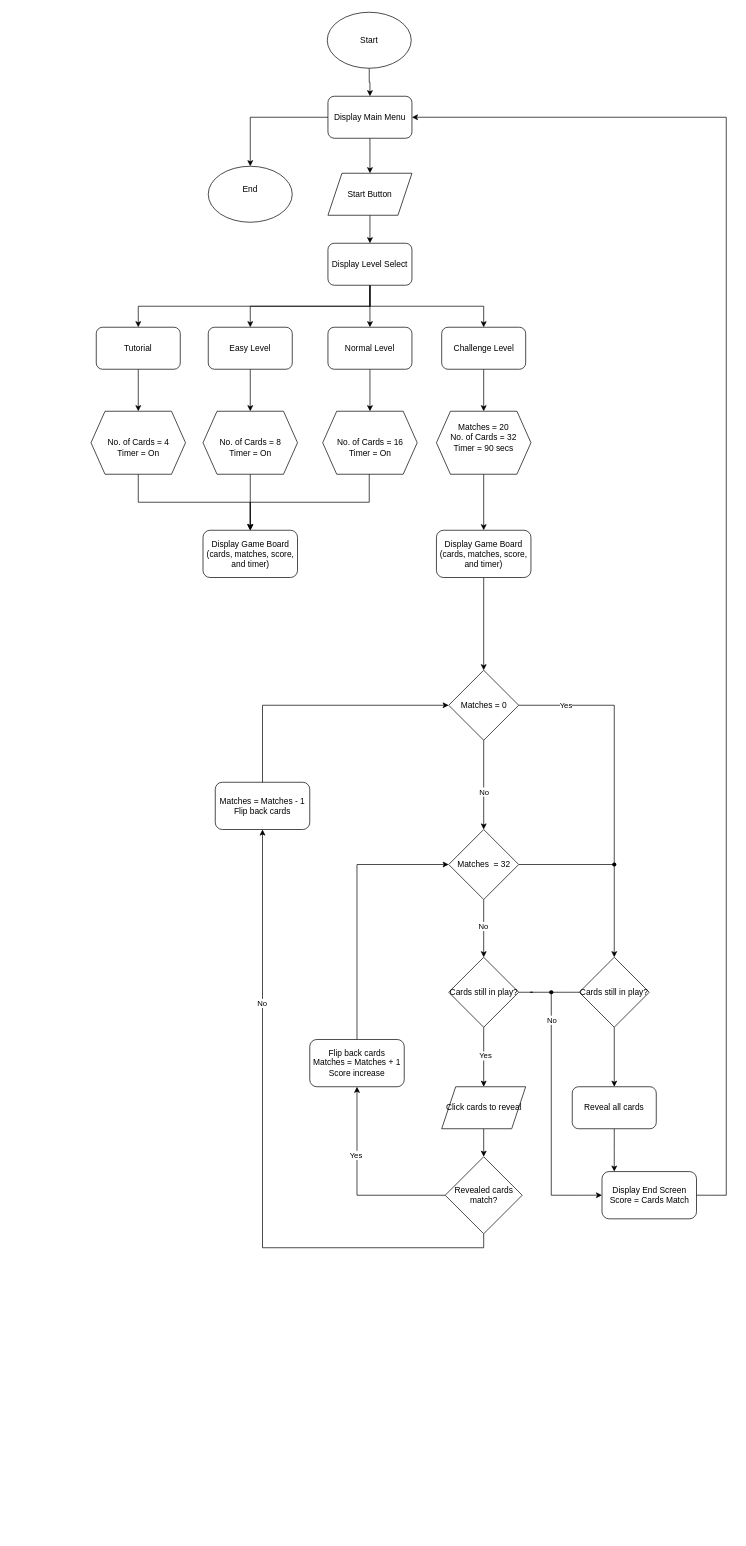
The draw.io diagram Website Flowchart.drawio in Hmmnnmmnn/Memory-Vortex, before the edit. Source tidied: cells renumbered, new cells numbered last; positions are measured from the earlier drawing's top-left corner, leaving out a move shared by most shapes. Both pictures are drawn from the tidied source at 70%, with x=0, y=0 at pixel (90, 12).
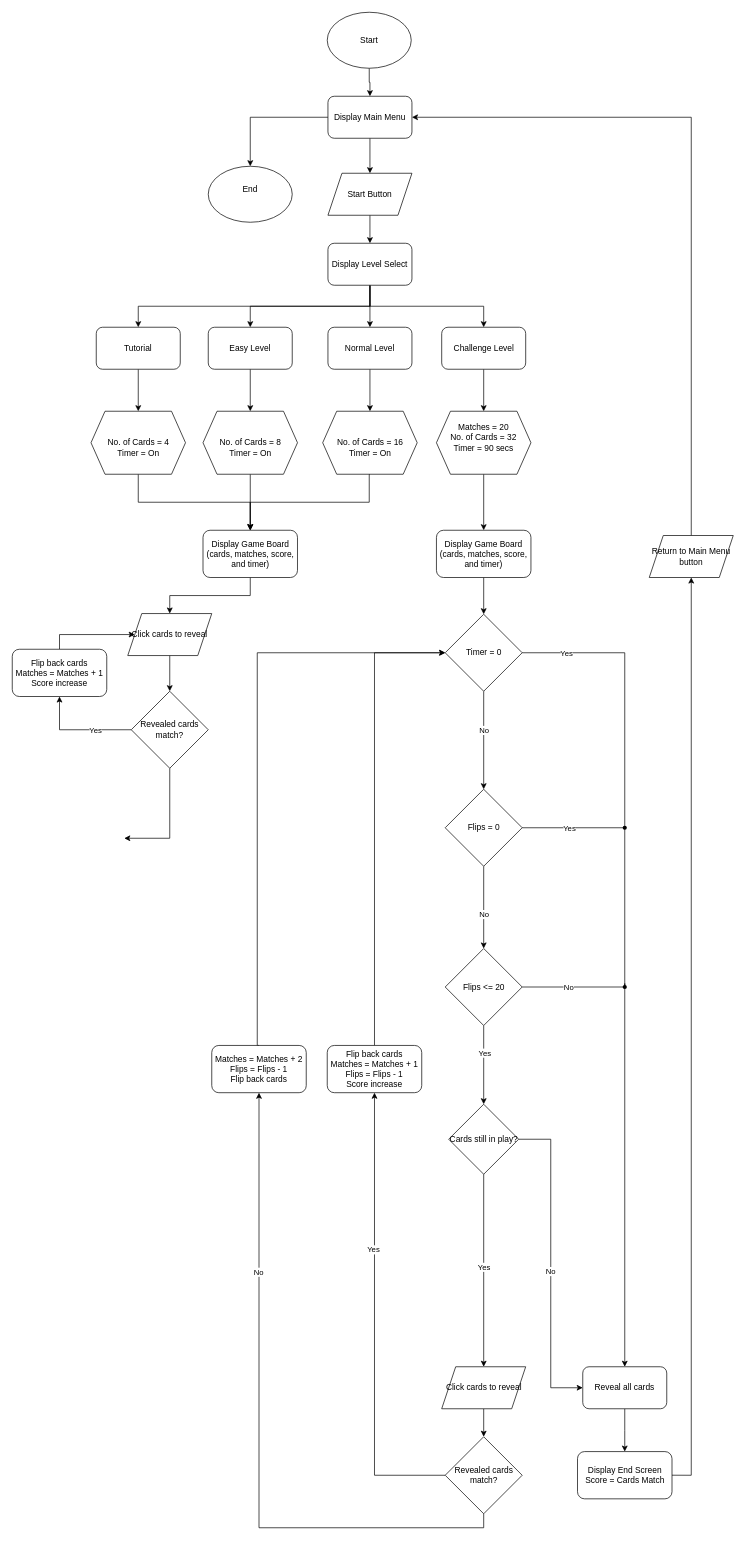
After the change.

Unchanged cells that the change refers to:
```xml
<mxCell id="6" value="Display Main Menu" style="rounded=1;whiteSpace=wrap;html=1;roundedPerimeter=1;" parent="1" vertex="1">
  <mxGeometry x="339" y="120" width="120" height="60" as="geometry" />
</mxCell>
<mxCell id="31" value="Display Game Board (cards, matches, score, and timer)" style="rounded=1;whiteSpace=wrap;html=1;roundedPerimeter=1;" parent="1" vertex="1">
  <mxGeometry x="160.5" y="740" width="135" height="67.5" as="geometry" />
</mxCell>
<mxCell id="55" style="edgeStyle=orthogonalEdgeStyle;rounded=0;jettySize=auto;html=1;entryX=0.5;entryY=0;entryDx=0;entryDy=0;defaultLabelBackgroundColor=page;" parent="1" edge="1" source="39" target="48">
  <mxGeometry relative="1" as="geometry" />
</mxCell>
<mxCell id="63" value="Display Game Board (cards, matches, score, and timer)" style="rounded=1;whiteSpace=wrap;html=1;roundedPerimeter=1;" parent="1" vertex="1">
  <mxGeometry x="494" y="740" width="135" height="67.5" as="geometry" />
</mxCell>
<mxCell id="64" style="edgeStyle=orthogonalEdgeStyle;rounded=0;jettySize=auto;html=1;entryX=0.5;entryY=0;entryDx=0;entryDy=0;defaultLabelBackgroundColor=page;" parent="1" edge="1" source="67" target="39">
  <mxGeometry relative="1" as="geometry" />
</mxCell>
```

Change to the diagram source:
```diff
@@
+    <mxCell id="70" style="edgeStyle=orthogonalEdgeStyle;rounded=0;jettySize=auto;html=1;entryX=0.5;entryY=0;entryDx=0;entryDy=0;defaultLabelBackgroundColor=page;" parent="1" edge="1" source="31" target="77">
+      <mxGeometry relative="1" as="geometry" />
+    </mxCell>
@@
-    <mxCell id="32" style="edgeStyle=orthogonalEdgeStyle;rounded=0;jettySize=auto;html=1;entryX=0.706;entryY=0.41;entryDx=0;entryDy=0;defaultLabelBackgroundColor=page;entryPerimeter=0;endArrow=none;endFill=0;" parent="1" edge="1" source="36" target="69">
-      <mxGeometry x="0.27" relative="1" as="geometry" />
+    <mxCell id="32" style="edgeStyle=orthogonalEdgeStyle;rounded=0;jettySize=auto;html=1;entryX=0.706;entryY=0.41;entryDx=0;entryDy=0;defaultLabelBackgroundColor=page;entryPerimeter=0;endArrow=none;endFill=0;" parent="1" edge="1" source="89" target="69">
+      <mxGeometry x="0.27" relative="1" as="geometry">
+        <Array as="points">
+          <mxPoint x="763" y="1165" />
+        </Array>
+      </mxGeometry>
     </mxCell>
-    <mxCell id="33" value="Yes" style="edgeLabel;html=1;align=center;verticalAlign=middle;inheritText=1;defaultLabelBackgroundColor=page;" parent="32" vertex="1">
-      <mxGeometry x="-0.14" y="-2" relative="1" as="geometry">
-        <mxPoint x="-68" y="-20" as="offset" />
-      </mxGeometry>
-    </mxCell>
@@
-    <mxCell id="36" value="Matches = 0" style="rhombus;whiteSpace=wrap;html=1;shapeInside=1;" parent="1" vertex="1">
-      <mxGeometry x="511.5" y="940" width="100" height="100" as="geometry" />
+    <mxCell id="36" value="Flips = 0" style="rhombus;whiteSpace=wrap;html=1;shapeInside=1;" parent="1" vertex="1">
+      <mxGeometry x="506.5" y="1110" width="110" height="110" as="geometry" />
     </mxCell>
-    <mxCell id="37" style="edgeStyle=orthogonalEdgeStyle;rounded=0;jettySize=auto;html=1;entryX=0;entryY=0.5;entryDx=0;entryDy=0;defaultLabelBackgroundColor=page;exitX=0.726;exitY=0.667;exitDx=0;exitDy=0;exitPerimeter=0;" parent="1" edge="1" source="58" target="54">
-      <mxGeometry x="-0.17" relative="1" as="geometry">
-        <Array as="points">
-          <mxPoint x="658" y="1690" />
-        </Array>
-      </mxGeometry>
-    </mxCell>
-    <mxCell id="38" value="No" style="edgeLabel;html=1;align=center;verticalAlign=middle;inheritText=1;defaultLabelBackgroundColor=page;" parent="37" vertex="1">
-      <mxGeometry x="-0.08" y="2" relative="1" as="geometry">
-        <mxPoint x="-2" y="-128" as="offset" />
-      </mxGeometry>
-    </mxCell>
     <mxCell id="39" value="Cards still in play?" style="rhombus;whiteSpace=wrap;html=1;shapeInside=1;" parent="1" vertex="1">
-      <mxGeometry x="511.5" y="1350" width="100" height="100" as="geometry" />
+      <mxGeometry x="511.5" y="1560" width="100" height="100" as="geometry" />
     </mxCell>
-    <mxCell id="40" style="edgeStyle=orthogonalEdgeStyle;rounded=0;jettySize=auto;html=1;entryX=0;entryY=0.5;entryDx=0;entryDy=0;defaultLabelBackgroundColor=page;exitX=0.5;exitY=0;exitDx=0;exitDy=0;" parent="1" edge="1" source="41" target="36">
-      <mxGeometry relative="1" as="geometry" />
-    </mxCell>
+    <mxCell id="71" style="edgeStyle=orthogonalEdgeStyle;rounded=0;jettySize=auto;html=1;entryX=0;entryY=0.5;entryDx=0;entryDy=0;defaultLabelBackgroundColor=page;exitX=0.5;exitY=0;exitDx=0;exitDy=0;" parent="1" edge="1" source="41" target="86">
+      <mxGeometry x="0.01" relative="1" as="geometry">
+        <Array as="points">
+          <mxPoint x="238" y="1476" />
+          <mxPoint x="238" y="915" />
+        </Array>
+      </mxGeometry>
+    </mxCell>
-    <mxCell id="41" value="&lt;div&gt;Matches = Matches - 1&lt;/div&gt;&lt;div&gt;Flip back cards&lt;/div&gt;" style="rounded=1;whiteSpace=wrap;html=1;roundedPerimeter=1;" parent="1" vertex="1">
-      <mxGeometry x="178" y="1100" width="135" height="67.5" as="geometry" />
+    <mxCell id="41" value="&lt;div&gt;Matches = Matches + 2&lt;/div&gt;&lt;div&gt;Flips = Flips - 1&lt;/div&gt;&lt;div&gt;Flip back cards&lt;/div&gt;" style="rounded=1;whiteSpace=wrap;html=1;roundedPerimeter=1;" parent="1" vertex="1">
+      <mxGeometry x="173" y="1476" width="135" height="67.5" as="geometry" />
     </mxCell>
@@
-    <mxCell id="44" style="edgeStyle=orthogonalEdgeStyle;rounded=0;jettySize=auto;html=1;defaultLabelBackgroundColor=page;exitX=0.5;exitY=1;exitDx=0;exitDy=0;" parent="1" edge="1" source="46" target="41">
+    <mxCell id="44" style="edgeStyle=orthogonalEdgeStyle;rounded=0;jettySize=auto;html=1;defaultLabelBackgroundColor=page;exitX=0.5;exitY=1;exitDx=0;exitDy=0;entryX=0.5;entryY=1;entryDx=0;entryDy=0;" parent="1" edge="1" source="46" target="41">
       <mxGeometry x="0.21" relative="1" as="geometry" />
     </mxCell>
@@
     <mxCell id="46" value="Revealed cards match?" style="rhombus;whiteSpace=wrap;html=1;shapeInside=1;" parent="1" vertex="1">
-      <mxGeometry x="506.5" y="1635" width="110" height="110" as="geometry" />
+      <mxGeometry x="506.5" y="2035" width="110" height="110" as="geometry" />
     </mxCell>
@@
     <mxCell id="48" value="Click cards to reveal" style="shape=parallelogram;perimeter=parallelogramPerimeter;whiteSpace=wrap;html=1;shapeInside=1;fixedSize=1;" parent="1" vertex="1">
-      <mxGeometry x="501.5" y="1535" width="120" height="60" as="geometry" />
+      <mxGeometry x="501.5" y="1935" width="120" height="60" as="geometry" />
     </mxCell>
-    <mxCell id="49" style="edgeStyle=orthogonalEdgeStyle;rounded=0;jettySize=auto;html=1;defaultLabelBackgroundColor=page;" parent="1" edge="1" source="50" target="52">
-      <mxGeometry relative="1" as="geometry" />
-    </mxCell>
-    <mxCell id="50" value="Cards still in play?" style="rhombus;whiteSpace=wrap;html=1;shapeInside=1;" parent="1" vertex="1">
-      <mxGeometry x="698" y="1350" width="100" height="100" as="geometry" />
-    </mxCell>
-    <mxCell id="51" style="edgeStyle=elbowEdgeStyle;rounded=0;jettySize=auto;elbow=vertical;html=1;defaultLabelBackgroundColor=page;entryX=0.5;entryY=0;entryDx=0;entryDy=0;exitX=0.5;exitY=1;exitDx=0;exitDy=0;" parent="1" edge="1" source="52">
-      <mxGeometry x="-0.55" relative="1" as="geometry">
-        <mxPoint x="748" y="1656.2" as="targetPoint" />
-      </mxGeometry>
+    <mxCell id="51" style="edgeStyle=elbowEdgeStyle;rounded=0;jettySize=auto;elbow=vertical;html=1;defaultLabelBackgroundColor=page;exitX=0.5;exitY=1;exitDx=0;exitDy=0;" parent="1" edge="1" source="52" target="54">
+      <mxGeometry x="-0.59" relative="1" as="geometry" />
     </mxCell>
     <mxCell id="52" value="Reveal all cards" style="rounded=1;whiteSpace=wrap;html=1;roundedPerimeter=1;" parent="1" vertex="1">
-      <mxGeometry x="688" y="1535" width="120" height="60" as="geometry" />
+      <mxGeometry x="703" y="1935" width="120" height="60" as="geometry" />
     </mxCell>
-    <mxCell id="53" style="edgeStyle=orthogonalEdgeStyle;rounded=0;jettySize=auto;html=1;defaultLabelBackgroundColor=page;entryX=1;entryY=0.5;entryDx=0;entryDy=0;exitX=1;exitY=0.5;exitDx=0;exitDy=0;" parent="1" edge="1" source="54" target="6">
-      <mxGeometry x="-0.06" relative="1" as="geometry">
-        <Array as="points">
-          <mxPoint x="908" y="1690" />
-          <mxPoint x="908" y="150" />
-        </Array>
-      </mxGeometry>
+    <mxCell id="53" style="edgeStyle=orthogonalEdgeStyle;rounded=0;jettySize=auto;html=1;defaultLabelBackgroundColor=page;exitX=1;exitY=0.5;exitDx=0;exitDy=0;entryX=0.5;entryY=1;entryDx=0;entryDy=0;" parent="1" edge="1" source="54" target="93">
+      <mxGeometry x="-0.24" relative="1" as="geometry" />
     </mxCell>
     <mxCell id="54" value="&lt;div&gt;Display End Screen&lt;/div&gt;&lt;div&gt;Score = Cards Match&lt;/div&gt;" style="rounded=1;whiteSpace=wrap;html=1;roundedPerimeter=1;" parent="1" vertex="1">
-      <mxGeometry x="730.5" y="1656.2" width="135" height="67.5" as="geometry" />
+      <mxGeometry x="695.5" y="2056.2" width="135" height="67.5" as="geometry" />
     </mxCell>
@@
     <mxCell id="56" value="Yes" style="edgeLabel;html=1;align=center;verticalAlign=middle;inheritText=1;defaultLabelBackgroundColor=page;" parent="55" vertex="1">
-      <mxGeometry x="-0.06" y="2" relative="1" as="geometry" />
+      <mxGeometry x="-0.06" y="2" relative="1" as="geometry">
+        <mxPoint x="-2" y="3" as="offset" />
+      </mxGeometry>
     </mxCell>
-    <mxCell id="57" style="edgeStyle=orthogonalEdgeStyle;rounded=0;jettySize=auto;html=1;entryDx=0;entryDy=0;defaultLabelBackgroundColor=page;entryX=0.394;entryY=0.467;entryPerimeter=0;endArrow=none;endFill=0;" parent="1" edge="1" source="39" target="58">
-      <mxGeometry x="0.02" relative="1" as="geometry" />
+    <mxCell id="57" style="edgeStyle=orthogonalEdgeStyle;rounded=0;jettySize=auto;html=1;entryDx=0;entryDy=0;defaultLabelBackgroundColor=page;entryX=0;entryY=0.5;endArrow=classic;endFill=1;" parent="1" edge="1" source="39" target="52">
+      <mxGeometry x="-0.47" relative="1" as="geometry" />
     </mxCell>
-    <mxCell id="58" style="shape=waypoint;sketch=0;fillStyle=solid;size=6;points=[];fillColor=none;perimeter=centerPerimeter;snapToPoint=1;" parent="1" vertex="1">
-      <mxGeometry x="648" y="1390" width="20" height="20" as="geometry" />
-    </mxCell>
-    <mxCell id="59" style="edgeStyle=elbowEdgeStyle;rounded=0;jettySize=auto;elbow=vertical;html=1;defaultLabelBackgroundColor=page;endArrow=none;endFill=0;entryX=1;entryY=0.5;entryDx=0;entryDy=0;entryPerimeter=0;exitX=0;exitY=0.5;exitDx=0;exitDy=0;" parent="1" edge="1" source="50" target="58">
-      <mxGeometry x="0.02" relative="1" as="geometry" />
-    </mxCell>
+    <mxCell id="72" value="No" style="edgeLabel;html=1;align=center;verticalAlign=middle;inheritText=1;defaultLabelBackgroundColor=page;" parent="57" vertex="1">
+      <mxGeometry x="0.05" y="-1" relative="1" as="geometry" />
+    </mxCell>
-    <mxCell id="60" style="edgeStyle=orthogonalEdgeStyle;rounded=0;jettySize=auto;html=1;defaultLabelBackgroundColor=page;exitX=0.5;exitY=0;exitDx=0;exitDy=0;entryX=0;entryY=0.5;entryDx=0;entryDy=0;" parent="1" edge="1" source="61" target="67">
-      <mxGeometry relative="1" as="geometry" />
+    <mxCell id="60" style="edgeStyle=orthogonalEdgeStyle;rounded=0;jettySize=auto;html=1;defaultLabelBackgroundColor=page;exitX=0.5;exitY=0;exitDx=0;exitDy=0;entryX=0;entryY=0.5;entryDx=0;entryDy=0;" parent="1" edge="1" source="61" target="86">
+      <mxGeometry x="-0.48" relative="1" as="geometry" />
     </mxCell>
-    <mxCell id="61" value="&lt;div&gt;Flip back cards&lt;/div&gt;&lt;div&gt;Matches = Matches + 1&lt;/div&gt;&lt;div&gt;Score increase&lt;/div&gt;" style="rounded=1;whiteSpace=wrap;html=1;roundedPerimeter=1;" parent="1" vertex="1">
-      <mxGeometry x="313" y="1467.5" width="135" height="67.5" as="geometry" />
+    <mxCell id="61" value="&lt;div&gt;Flip back cards&lt;/div&gt;&lt;div&gt;Matches = Matches + 1&lt;/div&gt;&lt;div&gt;Flips = Flips - 1&lt;/div&gt;&lt;div&gt;Score increase&lt;/div&gt;" style="rounded=1;whiteSpace=wrap;html=1;roundedPerimeter=1;" parent="1" vertex="1">
+      <mxGeometry x="338" y="1476" width="135" height="67.5" as="geometry" />
     </mxCell>
-    <mxCell id="62" style="edgeStyle=orthogonalEdgeStyle;rounded=0;jettySize=auto;html=1;defaultLabelBackgroundColor=page;" parent="1" edge="1" source="63" target="36">
+    <mxCell id="62" style="edgeStyle=orthogonalEdgeStyle;rounded=0;jettySize=auto;html=1;defaultLabelBackgroundColor=page;entryX=0.5;entryY=0;entryDx=0;entryDy=0;" parent="1" edge="1" source="63" target="86">
       <mxGeometry relative="1" as="geometry" />
     </mxCell>
@@
+    <mxCell id="66" style="edgeStyle=orthogonalEdgeStyle;rounded=0;jettySize=auto;html=1;defaultLabelBackgroundColor=page;entryX=0.324;entryY=0.313;entryDx=0;entryDy=0;entryPerimeter=0;endArrow=none;endFill=0;" parent="1" edge="1" source="67" target="69">
+      <mxGeometry relative="1" as="geometry" />
+    </mxCell>
+    <mxCell id="73" value="No" style="edgeLabel;html=1;align=center;verticalAlign=middle;inheritText=1;defaultLabelBackgroundColor=page;" parent="66" vertex="1">
+      <mxGeometry x="-0.1" relative="1" as="geometry" />
+    </mxCell>
@@
-    <mxCell id="65" value="No" style="edgeLabel;html=1;align=center;verticalAlign=middle;inheritText=1;defaultLabelBackgroundColor=page;" parent="64" vertex="1">
-      <mxGeometry x="-0.09" y="-1" relative="1" as="geometry" />
-    </mxCell>
-    <mxCell id="66" style="edgeStyle=orthogonalEdgeStyle;rounded=0;jettySize=auto;html=1;defaultLabelBackgroundColor=page;entryX=0.324;entryY=0.313;entryDx=0;entryDy=0;entryPerimeter=0;endArrow=none;endFill=0;" parent="1" edge="1" source="67" target="69">
-      <mxGeometry relative="1" as="geometry" />
-    </mxCell>
+    <mxCell id="74" value="Yes" style="edgeLabel;html=1;align=center;verticalAlign=middle;inheritText=1;defaultLabelBackgroundColor=page;" parent="64" vertex="1">
+      <mxGeometry x="-0.3" y="1" relative="1" as="geometry" />
+    </mxCell>
-    <mxCell id="67" value="Matches&amp;nbsp; = 32" style="rhombus;whiteSpace=wrap;html=1;shapeInside=1;" parent="1" vertex="1">
-      <mxGeometry x="511.5" y="1167.5" width="100" height="100" as="geometry" />
+    <mxCell id="67" value="Flips &amp;lt;= 20" style="rhombus;whiteSpace=wrap;html=1;shapeInside=1;" parent="1" vertex="1">
+      <mxGeometry x="506.5" y="1337.5" width="110" height="110" as="geometry" />
     </mxCell>
-    <mxCell id="68" style="edgeStyle=orthogonalEdgeStyle;rounded=0;jettySize=auto;html=1;defaultLabelBackgroundColor=page;" parent="1" edge="1" source="69" target="50">
-      <mxGeometry relative="1" as="geometry" />
-    </mxCell>
+    <mxCell id="75" style="edgeStyle=orthogonalEdgeStyle;rounded=0;jettySize=auto;html=1;defaultLabelBackgroundColor=page;entryX=0.5;entryY=0;entryDx=0;entryDy=0;exitX=0.541;exitY=0.829;exitDx=0;exitDy=0;exitPerimeter=0;" parent="1" edge="1" source="69" target="52">
+      <mxGeometry x="0.36" relative="1" as="geometry">
+        <Array as="points">
+          <mxPoint x="763" y="1387.5" />
+        </Array>
+      </mxGeometry>
+    </mxCell>
     <mxCell id="69" style="shape=waypoint;sketch=0;fillStyle=solid;size=6;points=[];fillColor=none;perimeter=centerPerimeter;snapToPoint=1;" parent="1" vertex="1">
-      <mxGeometry x="738" y="1207.5" width="20" height="20" as="geometry" />
+      <mxGeometry x="753" y="1382.5" width="20" height="20" as="geometry" />
     </mxCell>
+    <mxCell id="76" style="edgeStyle=orthogonalEdgeStyle;rounded=0;jettySize=auto;html=1;entryX=0.5;entryY=0;entryDx=0;entryDy=0;defaultLabelBackgroundColor=page;" parent="1" edge="1" source="77" target="81">
+      <mxGeometry relative="1" as="geometry" />
+    </mxCell>
+    <mxCell id="77" value="Click cards to reveal" style="shape=parallelogram;perimeter=parallelogramPerimeter;whiteSpace=wrap;html=1;shapeInside=1;fixedSize=1;" parent="1" vertex="1">
+      <mxGeometry x="53" y="859" width="120" height="60" as="geometry" />
+    </mxCell>
+    <mxCell id="78" style="edgeStyle=orthogonalEdgeStyle;rounded=0;jettySize=auto;html=1;defaultLabelBackgroundColor=page;entryX=0.5;entryY=1;entryDx=0;entryDy=0;" parent="1" edge="1" source="81" target="83">
+      <mxGeometry relative="1" as="geometry" />
+    </mxCell>
+    <mxCell id="79" value="&lt;div&gt;Yes&lt;/div&gt;" style="edgeLabel;html=1;align=center;verticalAlign=middle;inheritText=1;defaultLabelBackgroundColor=page;" parent="78" vertex="1">
+      <mxGeometry x="-0.31" y="-6" relative="1" as="geometry">
+        <mxPoint y="6" as="offset" />
+      </mxGeometry>
+    </mxCell>
+    <mxCell id="80" style="edgeStyle=orthogonalEdgeStyle;rounded=0;jettySize=auto;html=1;defaultLabelBackgroundColor=page;exitX=0.5;exitY=1;exitDx=0;exitDy=0;" parent="1" edge="1" source="81">
+      <mxGeometry x="-0.05" relative="1" as="geometry">
+        <mxPoint x="48" y="1180" as="targetPoint" />
+        <Array as="points">
+          <mxPoint x="113" y="1180" />
+        </Array>
+      </mxGeometry>
+    </mxCell>
+    <mxCell id="81" value="Revealed cards match?" style="rhombus;whiteSpace=wrap;html=1;shapeInside=1;" parent="1" vertex="1">
+      <mxGeometry x="58" y="970" width="110" height="110" as="geometry" />
+    </mxCell>
+    <mxCell id="82" style="edgeStyle=orthogonalEdgeStyle;rounded=0;jettySize=auto;html=1;entryX=0;entryY=0.5;entryDx=0;entryDy=0;defaultLabelBackgroundColor=page;exitX=0.5;exitY=0;exitDx=0;exitDy=0;" parent="1" edge="1" source="83" target="77">
+      <mxGeometry relative="1" as="geometry" />
+    </mxCell>
+    <mxCell id="83" value="&lt;div&gt;Flip back cards&lt;/div&gt;&lt;div&gt;Matches = Matches + 1&lt;/div&gt;&lt;div&gt;Score increase&lt;/div&gt;" style="rounded=1;whiteSpace=wrap;html=1;roundedPerimeter=1;" parent="1" vertex="1">
+      <mxGeometry x="-112" y="910" width="135" height="67.5" as="geometry" />
+    </mxCell>
+    <mxCell id="84" style="edgeStyle=orthogonalEdgeStyle;rounded=0;jettySize=auto;html=1;entryX=0.5;entryY=0;entryDx=0;entryDy=0;defaultLabelBackgroundColor=page;" parent="1" edge="1" source="86" target="36">
+      <mxGeometry relative="1" as="geometry" />
+    </mxCell>
+    <mxCell id="85" value="No" style="edgeLabel;html=1;align=center;verticalAlign=middle;inheritText=1;defaultLabelBackgroundColor=page;" parent="84" vertex="1">
+      <mxGeometry x="-0.21" relative="1" as="geometry" />
+    </mxCell>
+    <mxCell id="86" value="Timer = 0" style="rhombus;whiteSpace=wrap;html=1;shapeInside=1;" parent="1" vertex="1">
+      <mxGeometry x="506.5" y="860" width="110" height="110" as="geometry" />
+    </mxCell>
+    <mxCell id="87" style="edgeStyle=orthogonalEdgeStyle;rounded=0;jettySize=auto;html=1;entryDx=0;entryDy=0;defaultLabelBackgroundColor=page;entryPerimeter=0;endArrow=none;endFill=0;" parent="1" edge="1" source="36" target="89">
+      <mxGeometry x="0.27" relative="1" as="geometry" />
+    </mxCell>
+    <mxCell id="88" value="Yes" style="edgeLabel;html=1;align=center;verticalAlign=middle;inheritText=1;defaultLabelBackgroundColor=page;" parent="87" vertex="1">
+      <mxGeometry x="-0.14" y="-2" relative="1" as="geometry">
+        <mxPoint x="4" y="-2" as="offset" />
+      </mxGeometry>
+    </mxCell>
+    <mxCell id="89" style="shape=waypoint;sketch=0;fillStyle=solid;size=6;points=[];fillColor=none;perimeter=centerPerimeter;snapToPoint=1;" parent="1" vertex="1">
+      <mxGeometry x="753" y="1155" width="20" height="20" as="geometry" />
+    </mxCell>
+    <mxCell id="90" style="edgeStyle=orthogonalEdgeStyle;rounded=0;jettySize=auto;html=1;defaultLabelBackgroundColor=page;endArrow=none;endFill=0;entryX=0.49;entryY=0.04;entryDx=0;entryDy=0;entryPerimeter=0;" parent="1" edge="1" source="86" target="89">
+      <mxGeometry x="0.04" relative="1" as="geometry" />
+    </mxCell>
+    <mxCell id="91" value="&lt;div&gt;Yes&lt;/div&gt;" style="edgeLabel;html=1;align=center;verticalAlign=middle;inheritText=1;defaultLabelBackgroundColor=page;" parent="90" vertex="1">
+      <mxGeometry x="-0.78" y="-6" relative="1" as="geometry">
+        <mxPoint x="19" y="-6" as="offset" />
+      </mxGeometry>
+    </mxCell>
+    <mxCell id="92" style="edgeStyle=orthogonalEdgeStyle;rounded=0;jettySize=auto;html=1;entryX=1;entryY=0.5;entryDx=0;entryDy=0;defaultLabelBackgroundColor=page;exitX=0.5;exitY=0;exitDx=0;exitDy=0;" parent="1" edge="1" source="93" target="6">
+      <mxGeometry x="0.05" relative="1" as="geometry" />
+    </mxCell>
+    <mxCell id="93" value="Return to Main Menu button" style="shape=parallelogram;perimeter=parallelogramPerimeter;whiteSpace=wrap;html=1;shapeInside=1;fixedSize=1;" parent="1" vertex="1">
+      <mxGeometry x="798" y="747.5" width="120" height="60" as="geometry" />
+    </mxCell>
```
